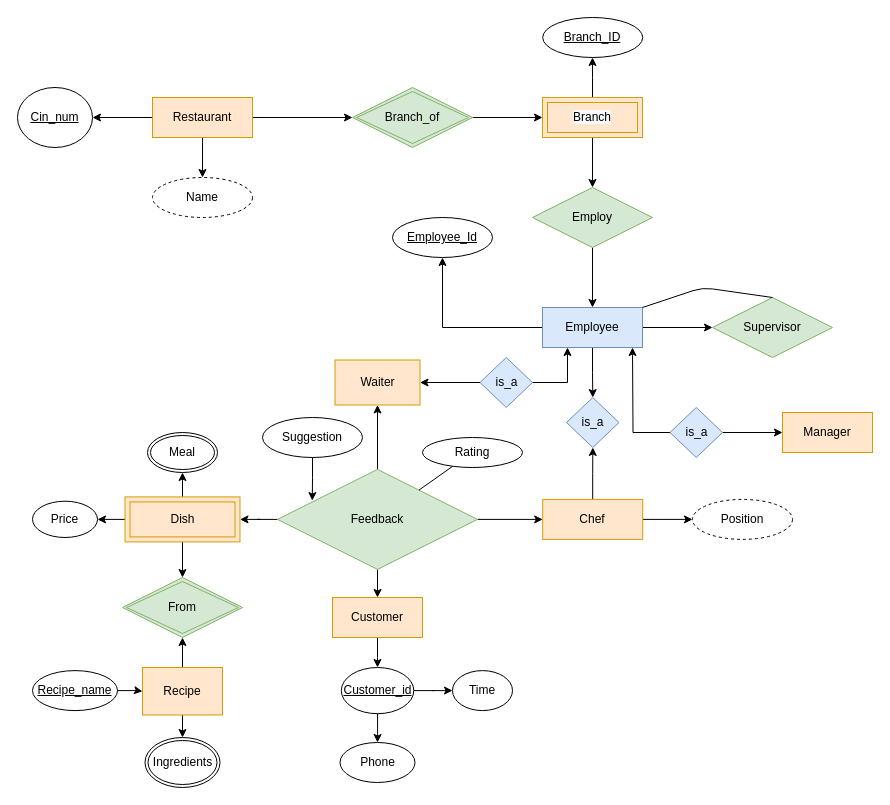
Above: Restaurant Ratings.drawio in sarthaka1310/DAA (draw.io), before the change. Source tidied: cells renumbered, new cells numbered last; positions are measured from the earlier drawing's top-left corner, leaving out a move shared by most shapes. Both pictures are drawn from the tidied source at 100%, with x=0, y=0 at pixel (17, 17).
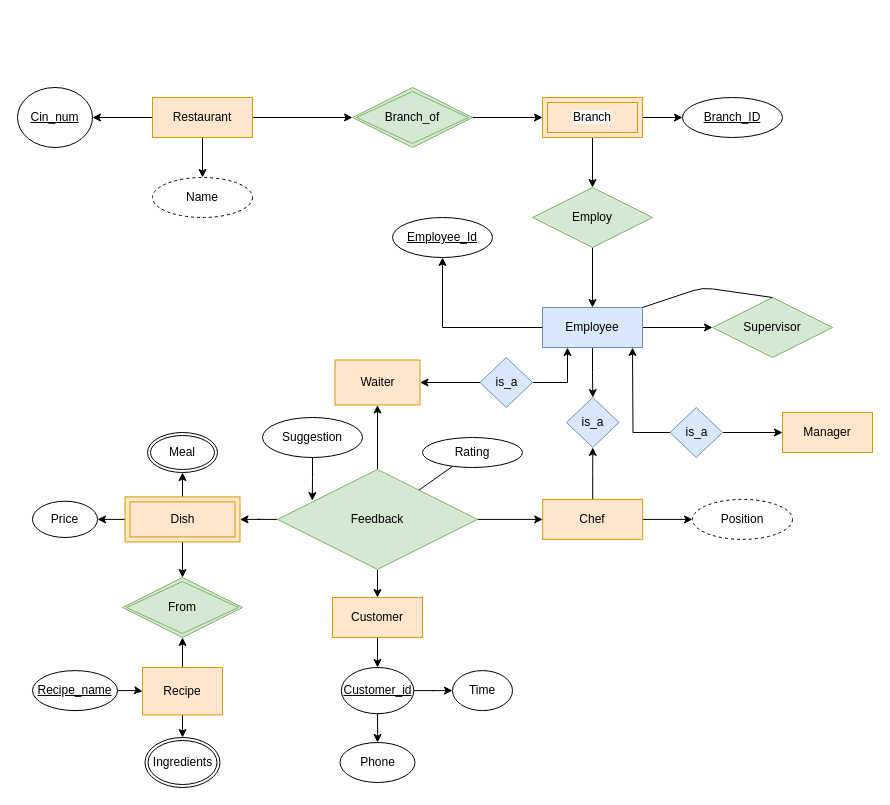
The same page after the edit.

Unchanged cells that the change refers to:
```xml
<mxCell id="27" value="&#10;&#10;&lt;span style=&quot;color: rgb(0, 0, 0); font-family: helvetica; font-size: 12px; font-style: normal; font-weight: 400; letter-spacing: normal; text-align: center; text-indent: 0px; text-transform: none; word-spacing: 0px; background-color: rgb(248, 249, 250); display: inline; float: none;&quot;&gt;Branch&lt;/span&gt;&#10;&#10;" style="shape=ext;margin=3;double=1;whiteSpace=wrap;html=1;align=center;fillColor=#ffe6cc;strokeColor=#d79b00;" parent="1" vertex="1">
  <mxGeometry x="525" y="80" width="100" height="40" as="geometry" />
</mxCell>
```

The edit, as a diff of the source:
```diff
@@
-    <mxCell id="26" style="edgeStyle=orthogonalEdgeStyle;rounded=0;jettySize=auto;html=1;" parent="1" edge="1" source="27">
-      <mxGeometry relative="1" as="geometry">
-        <mxPoint x="575" y="40" as="targetPoint" />
-      </mxGeometry>
-    </mxCell>
+    <mxCell id="65" style="edgeStyle=orthogonalEdgeStyle;rounded=0;jettySize=auto;html=1;" parent="1" edge="1" source="27" target="49">
+      <mxGeometry relative="1" as="geometry" />
+    </mxCell>
@@
     <mxCell id="49" value="Branch_ID" style="ellipse;whiteSpace=wrap;html=1;align=center;fontStyle=4;" parent="1" vertex="1">
-      <mxGeometry x="525.2" width="100" height="40" as="geometry" />
+      <mxGeometry x="665" y="80" width="100" height="40" as="geometry" />
     </mxCell>
```
